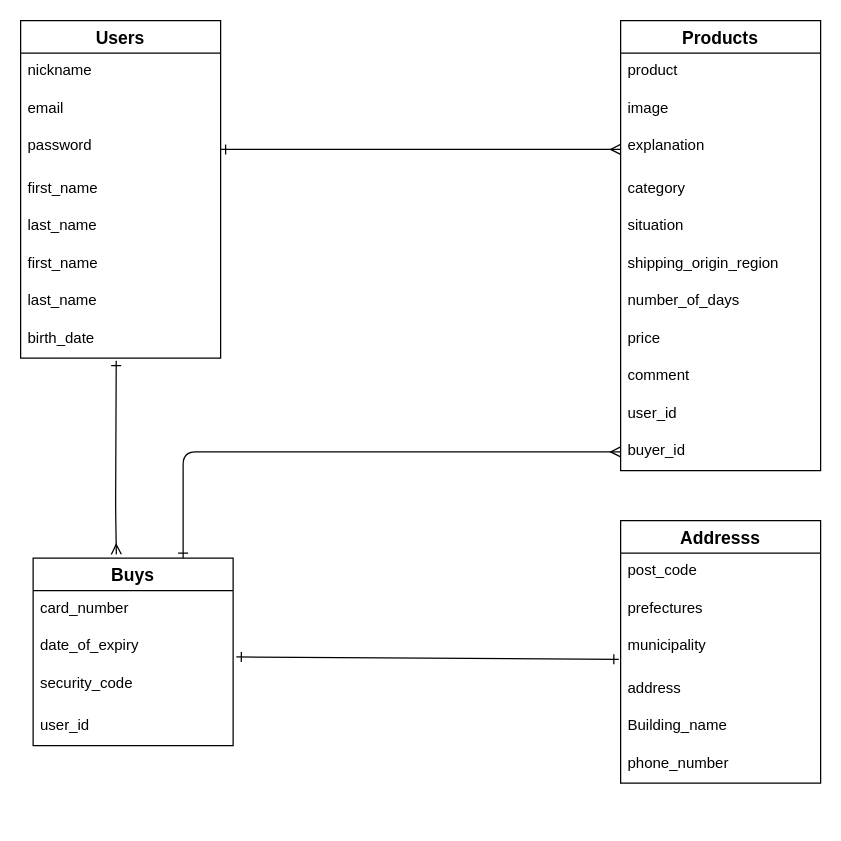
Earlier version of the draw.io diagram furima.dio (shohei18181818/furima-38926). Source tidied: cells renumbered, new cells numbered last; positions are measured from the earlier drawing's top-left corner, leaving out a move shared by most shapes. Both pictures are drawn from the tidied source at 125%, with x=0, y=0 at pixel (20, 20).
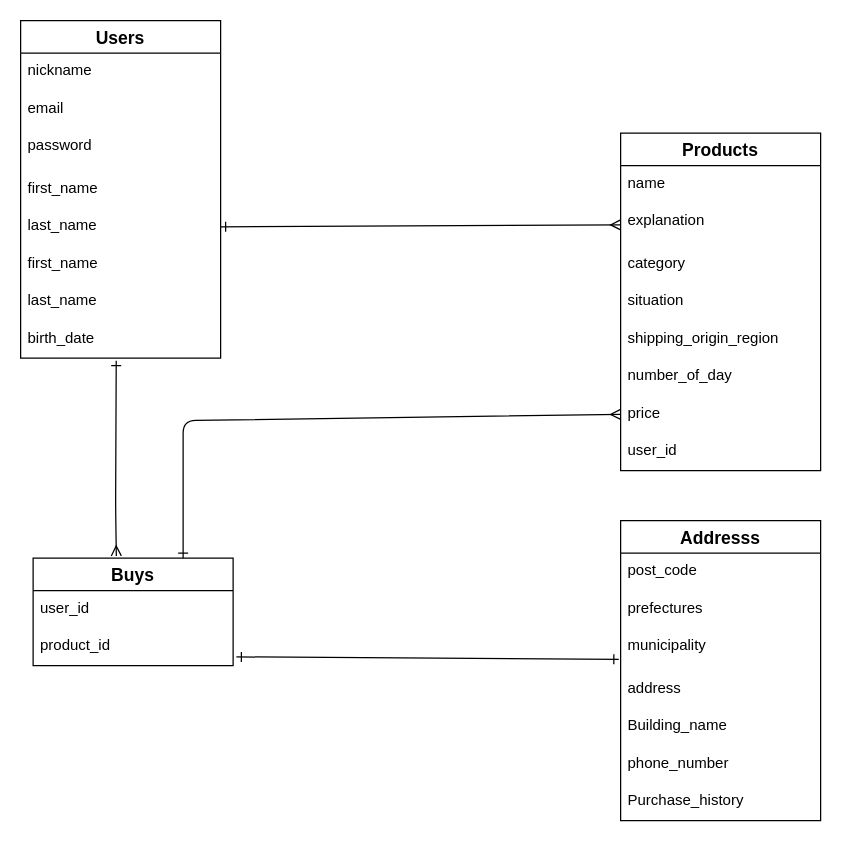
After the change.

Commit message (it also covers changes not shown here):
データベース設計３

Unchanged cells that the change refers to:
```xml
<mxCell id="5" value="password" style="text;strokeColor=none;fillColor=none;spacingLeft=4;spacingRight=4;overflow=hidden;points=[[0,0.5],[1,0.5]];portConstraint=eastwest;fontSize=12;" parent="2" vertex="1">
  <mxGeometry y="86" width="160" height="34" as="geometry" />
</mxCell>
<mxCell id="7" value="last_name" style="text;strokeColor=none;fillColor=none;spacingLeft=4;spacingRight=4;overflow=hidden;points=[[0,0.5],[1,0.5]];portConstraint=eastwest;fontSize=12;" parent="2" vertex="1">
  <mxGeometry y="150" width="160" height="30" as="geometry" />
</mxCell>
<mxCell id="32" value="municipality" style="text;strokeColor=none;fillColor=none;spacingLeft=4;spacingRight=4;overflow=hidden;points=[[0,0.5],[1,0.5]];portConstraint=eastwest;fontSize=12;" parent="29" vertex="1">
  <mxGeometry y="86" width="160" height="34" as="geometry" />
</mxCell>
```

What changed in the source:
```diff
@@
     <mxCell id="11" value="Products" style="swimlane;fontStyle=1;horizontal=1;startSize=26;align=center;fontSize=14;" parent="1" vertex="1">
-      <mxGeometry x="480" width="160" height="360" as="geometry" />
+      <mxGeometry x="480" y="90" width="160" height="270" as="geometry" />
     </mxCell>
-    <mxCell id="12" value="product" style="text;strokeColor=none;fillColor=none;spacingLeft=4;spacingRight=4;overflow=hidden;fontSize=12;" parent="11" vertex="1">
+    <mxCell id="12" value="name" style="text;strokeColor=none;fillColor=none;spacingLeft=4;spacingRight=4;overflow=hidden;fontSize=12;" parent="11" vertex="1">
       <mxGeometry y="26" width="160" height="30" as="geometry" />
     </mxCell>
-    <mxCell id="13" value="image" style="text;strokeColor=none;fillColor=none;spacingLeft=4;spacingRight=4;overflow=hidden;fontSize=12;" parent="11" vertex="1">
-      <mxGeometry y="56" width="160" height="30" as="geometry" />
-    </mxCell>
     <mxCell id="14" value="explanation" style="text;strokeColor=none;fillColor=none;spacingLeft=4;spacingRight=4;overflow=hidden;points=[[0,0.5],[1,0.5]];portConstraint=eastwest;fontSize=12;" parent="11" vertex="1">
-      <mxGeometry y="86" width="160" height="34" as="geometry" />
+      <mxGeometry y="56" width="160" height="34" as="geometry" />
     </mxCell>
     <mxCell id="15" value="category" style="text;strokeColor=none;fillColor=none;spacingLeft=4;spacingRight=4;overflow=hidden;fontSize=12;" parent="11" vertex="1">
-      <mxGeometry y="120" width="160" height="30" as="geometry" />
+      <mxGeometry y="90" width="160" height="30" as="geometry" />
     </mxCell>
     <mxCell id="16" value="situation" style="text;strokeColor=none;fillColor=none;spacingLeft=4;spacingRight=4;overflow=hidden;fontSize=12;" parent="11" vertex="1">
-      <mxGeometry y="150" width="160" height="30" as="geometry" />
+      <mxGeometry y="120" width="160" height="30" as="geometry" />
     </mxCell>
     <mxCell id="17" value="shipping_origin_region" style="text;strokeColor=none;fillColor=none;spacingLeft=4;spacingRight=4;overflow=hidden;fontSize=12;" parent="11" vertex="1">
-      <mxGeometry y="180" width="160" height="30" as="geometry" />
+      <mxGeometry y="150" width="160" height="30" as="geometry" />
     </mxCell>
-    <mxCell id="18" value="number_of_days" style="text;strokeColor=none;fillColor=none;spacingLeft=4;spacingRight=4;overflow=hidden;fontSize=12;" parent="11" vertex="1">
-      <mxGeometry y="210" width="160" height="30" as="geometry" />
+    <mxCell id="18" value="number_of_day" style="text;strokeColor=none;fillColor=none;spacingLeft=4;spacingRight=4;overflow=hidden;fontSize=12;" parent="11" vertex="1">
+      <mxGeometry y="180" width="160" height="30" as="geometry" />
     </mxCell>
     <mxCell id="19" value="price" style="text;strokeColor=none;fillColor=none;spacingLeft=4;spacingRight=4;overflow=hidden;fontSize=12;" parent="11" vertex="1">
-      <mxGeometry y="240" width="160" height="30" as="geometry" />
+      <mxGeometry y="210" width="160" height="30" as="geometry" />
     </mxCell>
-    <mxCell id="20" value="comment" style="text;strokeColor=none;fillColor=none;spacingLeft=4;spacingRight=4;overflow=hidden;fontSize=12;" parent="11" vertex="1">
-      <mxGeometry y="270" width="160" height="30" as="geometry" />
-    </mxCell>
     <mxCell id="21" value="user_id" style="text;strokeColor=none;fillColor=none;spacingLeft=4;spacingRight=4;overflow=hidden;fontSize=12;" parent="11" vertex="1">
-      <mxGeometry y="300" width="160" height="30" as="geometry" />
+      <mxGeometry y="240" width="160" height="30" as="geometry" />
     </mxCell>
-    <mxCell id="22" value="buyer_id" style="text;strokeColor=none;fillColor=none;spacingLeft=4;spacingRight=4;overflow=hidden;points=[[0,0.5],[1,0.5]];portConstraint=eastwest;fontSize=12;" parent="11" vertex="1">
-      <mxGeometry y="330" width="160" height="30" as="geometry" />
-    </mxCell>
     <mxCell id="23" value="Buys" style="swimlane;fontStyle=1;horizontal=1;startSize=26;align=center;fontSize=14;" parent="1" vertex="1">
-      <mxGeometry x="10" y="430" width="160" height="150" as="geometry" />
+      <mxGeometry x="10" y="430" width="160" height="86" as="geometry" />
     </mxCell>
-    <mxCell id="24" value="card_number" style="text;strokeColor=none;fillColor=none;spacingLeft=4;spacingRight=4;overflow=hidden;fontSize=12;" parent="23" vertex="1">
+    <mxCell id="24" value="user_id" style="text;strokeColor=none;fillColor=none;spacingLeft=4;spacingRight=4;overflow=hidden;fontSize=12;" parent="23" vertex="1">
       <mxGeometry y="26" width="160" height="30" as="geometry" />
     </mxCell>
-    <mxCell id="25" value="date_of_expiry" style="text;strokeColor=none;fillColor=none;spacingLeft=4;spacingRight=4;overflow=hidden;points=[[0,0.5],[1,0.5]];portConstraint=eastwest;fontSize=12;" parent="23" vertex="1">
-      <mxGeometry y="56" width="160" height="30" as="geometry" />
-    </mxCell>
-    <mxCell id="26" value="security_code" style="text;strokeColor=none;fillColor=none;spacingLeft=4;spacingRight=4;overflow=hidden;fontSize=12;" parent="23" vertex="1">
-      <mxGeometry y="86" width="160" height="34" as="geometry" />
-    </mxCell>
-    <mxCell id="27" value="user_id" style="text;strokeColor=none;fillColor=none;spacingLeft=4;spacingRight=4;overflow=hidden;fontSize=12;" parent="23" vertex="1">
-      <mxGeometry y="120" width="160" height="30" as="geometry" />
+    <mxCell id="27" value="product_id" style="text;strokeColor=none;fillColor=none;spacingLeft=4;spacingRight=4;overflow=hidden;fontSize=12;" parent="23" vertex="1">
+      <mxGeometry y="56" width="160" height="30" as="geometry" />
     </mxCell>
-    <mxCell id="28" style="edgeStyle=none;html=1;exitX=-0.009;exitY=0.735;exitDx=0;exitDy=0;entryX=1.016;entryY=0.767;entryDx=0;entryDy=0;entryPerimeter=0;startArrow=ERone;startFill=0;endArrow=ERone;endFill=0;exitPerimeter=0;" parent="1" edge="1" source="32" target="25">
-      <mxGeometry relative="1" as="geometry" />
+    <mxCell id="28" style="edgeStyle=none;html=1;exitX=-0.009;exitY=0.735;exitDx=0;exitDy=0;entryX=1.016;entryY=0.767;entryDx=0;entryDy=0;entryPerimeter=0;startArrow=ERone;startFill=0;endArrow=ERone;endFill=0;exitPerimeter=0;" parent="1" edge="1" source="32">
+      <mxGeometry relative="1" as="geometry">
+        <mxPoint x="172.6" y="509" as="targetPoint" />
+      </mxGeometry>
     </mxCell>
     <mxCell id="29" value="Addresss" style="swimlane;fontStyle=1;horizontal=1;startSize=26;align=center;fontSize=14;" parent="1" vertex="1">
-      <mxGeometry x="480" y="400" width="160" height="210" as="geometry" />
+      <mxGeometry x="480" y="400" width="160" height="240" as="geometry" />
     </mxCell>
@@
+    <mxCell id="39" value="Purchase_history" style="text;strokeColor=none;fillColor=none;spacingLeft=4;spacingRight=4;overflow=hidden;fontSize=12;" parent="29" vertex="1">
+      <mxGeometry y="210" width="160" height="30" as="geometry" />
+    </mxCell>
-    <mxCell id="36" style="edgeStyle=none;html=1;exitX=1;exitY=0.5;exitDx=0;exitDy=0;endArrow=ERmany;endFill=0;startArrow=ERone;startFill=0;" parent="1" edge="1" source="5" target="14">
+    <mxCell id="36" style="edgeStyle=none;html=1;exitX=1;exitY=0.5;exitDx=0;exitDy=0;endArrow=ERmany;endFill=0;startArrow=ERone;startFill=0;" parent="1" edge="1" source="7" target="14">
       <mxGeometry relative="1" as="geometry" />
     </mxCell>
-    <mxCell id="37" style="edgeStyle=none;html=1;exitX=0.75;exitY=0;exitDx=0;exitDy=0;entryX=0;entryY=0.5;entryDx=0;entryDy=0;startArrow=ERone;startFill=0;endArrow=ERmany;endFill=0;" parent="1" edge="1" source="23" target="22">
+    <mxCell id="37" style="edgeStyle=none;html=1;exitX=0.75;exitY=0;exitDx=0;exitDy=0;entryX=0;entryY=0.5;entryDx=0;entryDy=0;startArrow=ERone;startFill=0;endArrow=ERmany;endFill=0;" parent="1" edge="1" source="23">
       <mxGeometry relative="1" as="geometry">
+        <mxPoint x="480" y="315" as="targetPoint" />
         <Array as="points">
-          <mxPoint x="130" y="345" />
+          <mxPoint x="130" y="320" />
         </Array>
       </mxGeometry>
     </mxCell>
```
